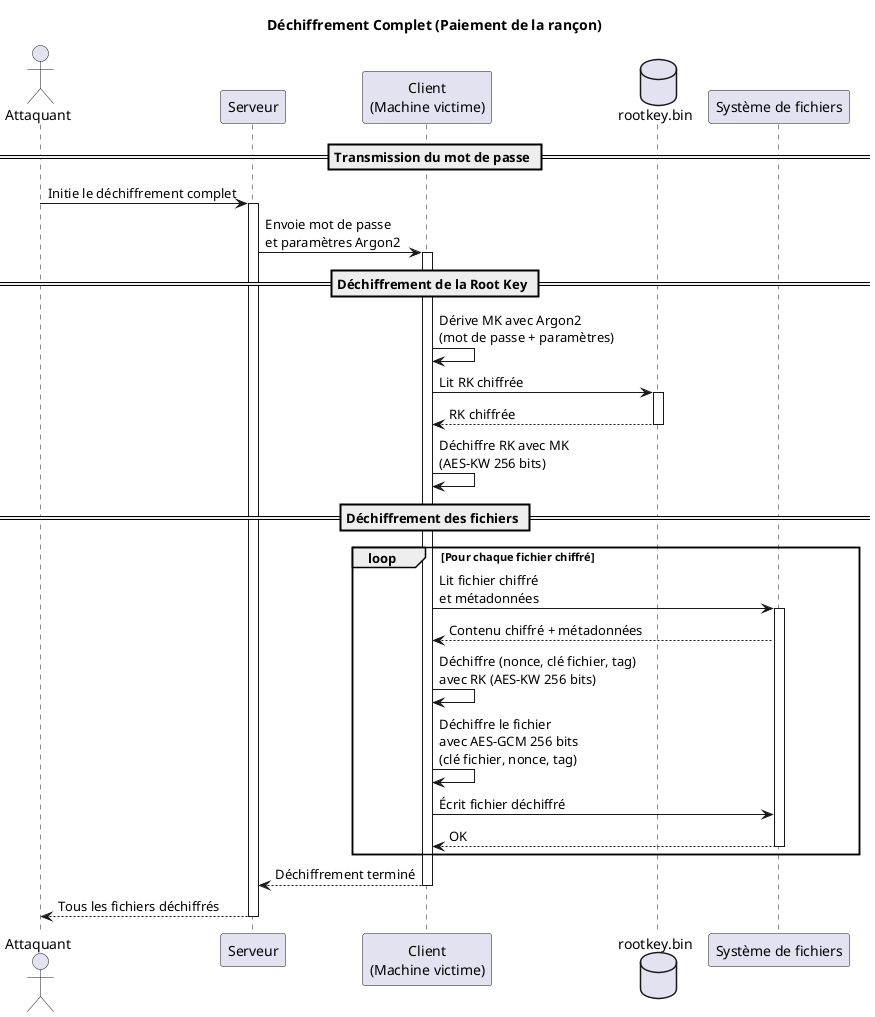
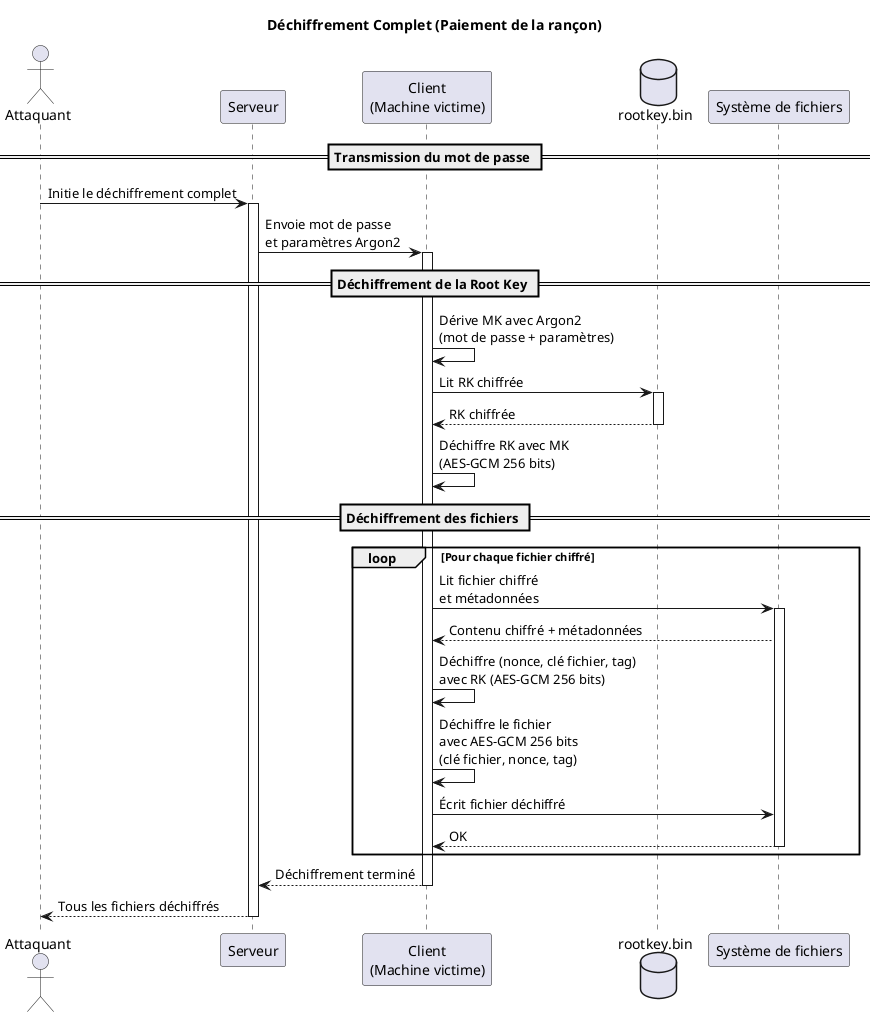
@startuml Ransomware Architecture - Déchiffrement Complet

title Déchiffrement Complet (Paiement de la rançon)

actor Attaquant as attacker
participant "Serveur" as server
participant "Client\n(Machine victime)" as client
database "rootkey.bin" as rootkey
participant "Système de fichiers" as fs

== Transmission du mot de passe ==
attacker -> server: Initie le déchiffrement complet
activate server
server -> client: Envoie mot de passe\net paramètres Argon2
activate client

== Déchiffrement de la Root Key ==
client -> client: Dérive MK avec Argon2\n(mot de passe + paramètres)
client -> rootkey: Lit RK chiffrée
activate rootkey
rootkey --> client: RK chiffrée
deactivate rootkey

- client -> client: Déchiffre RK avec MK\n(AES-KW 256 bits)
+ client -> client: Déchiffre RK avec MK\n(AES-GCM 256 bits)

== Déchiffrement des fichiers ==
loop Pour chaque fichier chiffré
    client -> fs: Lit fichier chiffré\net métadonnées
    activate fs
    fs --> client: Contenu chiffré + métadonnées

-     client -> client: Déchiffre (nonce, clé fichier, tag)\navec RK (AES-KW 256 bits)
+     client -> client: Déchiffre (nonce, clé fichier, tag)\navec RK (AES-GCM 256 bits)

    client -> client: Déchiffre le fichier\navec AES-GCM 256 bits\n(clé fichier, nonce, tag)

    client -> fs: Écrit fichier déchiffré
    fs --> client: OK
    deactivate fs
end

client --> server: Déchiffrement terminé
deactivate client
server --> attacker: Tous les fichiers déchiffrés
deactivate server

@enduml
